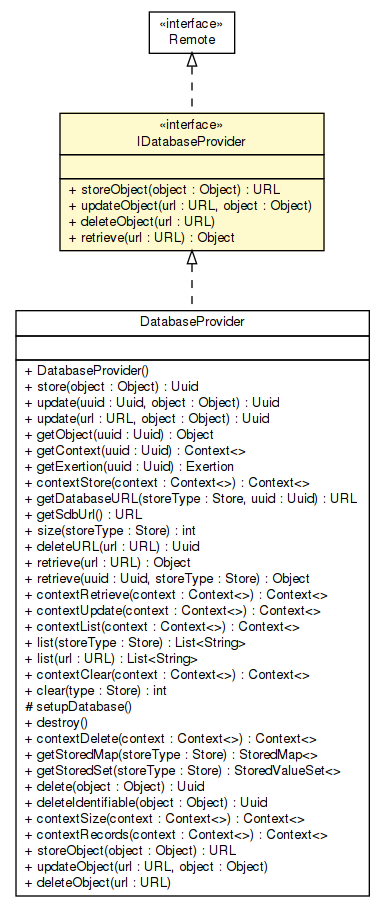
sorcersoft/sorcersoft.github.io keeps this Graphviz diagram as apidocs/sorcer/core/provider/dbp/IDatabaseProvider.png. Above is the earlier version. Its source is kept beside it as apidocs/sorcer/core/provider/dbp/IDatabaseProvider.dot.
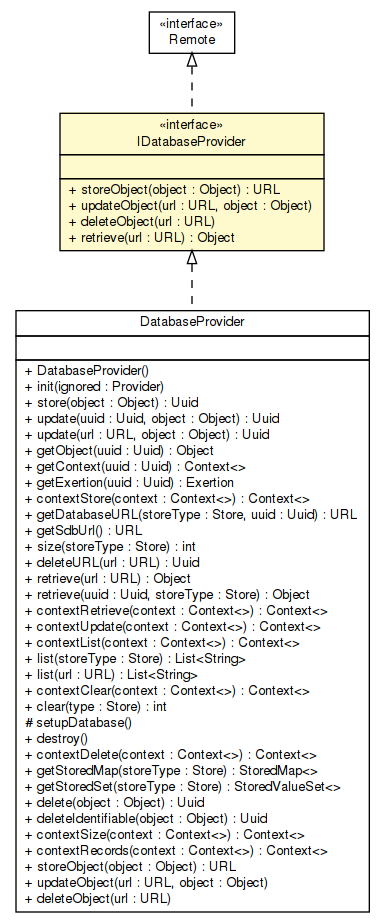
After the change.

Diff of the diagram source:
```diff
@@ -4,7 +4,7 @@
 	node [fontname="Helvetica",fontsize=10,shape=plaintext];
 	nodesep=0.25;
 	ranksep=0.5;
-	c168415 [label=<<table title="sorcer.core.provider.dbp.DatabaseProvider" border="0" cellborder="1" cellspacing="0" cellpadding="2" port="p" href="./DatabaseProvider.html">
+	c233159 [label=<<table title="sorcer.core.provider.dbp.DatabaseProvider" border="0" cellborder="1" cellspacing="0" cellpadding="2" port="p" href="./DatabaseProvider.html">
 		<tr><td><table border="0" cellspacing="0" cellpadding="1">
 <tr><td align="center" balign="center"> DatabaseProvider </td></tr>
 		</table></td></tr>
@@ -13,6 +13,7 @@
 		</table></td></tr>
 		<tr><td><table border="0" cellspacing="0" cellpadding="1">
 <tr><td align="left" balign="left"> + DatabaseProvider() </td></tr>
+<tr><td align="left" balign="left"> + init(ignored : Provider) </td></tr>
 <tr><td align="left" balign="left"> + store(object : Object) : Uuid </td></tr>
 <tr><td align="left" balign="left"> + update(uuid : Uuid, object : Object) : Uuid </td></tr>
 <tr><td align="left" balign="left"> + update(url : URL, object : Object) : Uuid </td></tr>
@@ -47,7 +48,7 @@
 <tr><td align="left" balign="left"> + deleteObject(url : URL) </td></tr>
 		</table></td></tr>
 		</table>>, URL="./DatabaseProvider.html", fontname="Helvetica", fontcolor="black", fontsize=10.0];
-	c168419 [label=<<table title="sorcer.core.provider.dbp.IDatabaseProvider" border="0" cellborder="1" cellspacing="0" cellpadding="2" port="p" bgcolor="lemonChiffon" href="./IDatabaseProvider.html">
+	c233163 [label=<<table title="sorcer.core.provider.dbp.IDatabaseProvider" border="0" cellborder="1" cellspacing="0" cellpadding="2" port="p" bgcolor="lemonChiffon" href="./IDatabaseProvider.html">
 		<tr><td><table border="0" cellspacing="0" cellpadding="1">
 <tr><td align="center" balign="center"> &#171;interface&#187; </td></tr>
 <tr><td align="center" balign="center"> IDatabaseProvider </td></tr>
@@ -62,9 +63,9 @@
 <tr><td align="left" balign="left"> + retrieve(url : URL) : Object </td></tr>
 		</table></td></tr>
 		</table>>, URL="./IDatabaseProvider.html", fontname="Helvetica", fontcolor="black", fontsize=10.0];
-	c168419:p -> c168415:p [dir=back,arrowtail=empty,style=dashed];
-	c168691:p -> c168419:p [dir=back,arrowtail=empty,style=dashed];
-	c168691 [label=<<table title="java.rmi.Remote" border="0" cellborder="1" cellspacing="0" cellpadding="2" port="p" href="http://docs.oracle.com/javase/7/docs/api/java/rmi/Remote.html">
+	c233163:p -> c233159:p [dir=back,arrowtail=empty,style=dashed];
+	c233472:p -> c233163:p [dir=back,arrowtail=empty,style=dashed];
+	c233472 [label=<<table title="java.rmi.Remote" border="0" cellborder="1" cellspacing="0" cellpadding="2" port="p" href="http://docs.oracle.com/javase/7/docs/api/java/rmi/Remote.html">
 		<tr><td><table border="0" cellspacing="0" cellpadding="1">
 <tr><td align="center" balign="center"> &#171;interface&#187; </td></tr>
 <tr><td align="center" balign="center"> Remote </td></tr>
```
